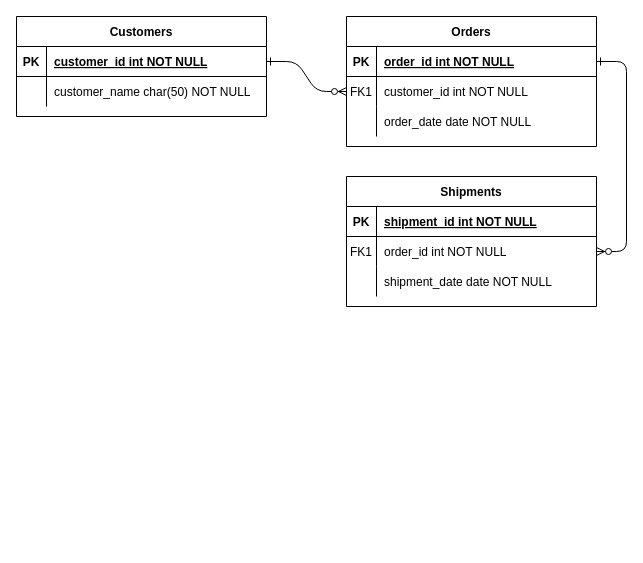
The draw.io diagram fap.fpt.edu.vn.drawio in QuanTran05/ERD, before the edit. Source tidied: cells renumbered, new cells numbered last; positions are measured from the earlier drawing's top-left corner, leaving out a move shared by most shapes. Both pictures are drawn from the tidied source at 100%, with x=0, y=0 at pixel (16, 16).
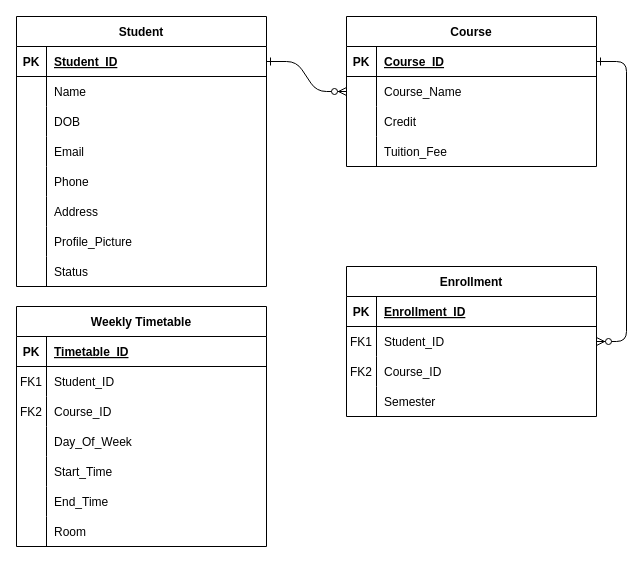
After the change.

Unchanged cells that the change refers to:
```xml
<mxCell id="5" style="shape=partialRectangle;fillColor=none;points=[[0,0.5],[1,0.5]];portConstraint=eastwest;top=0;left=0;right=0;bottom=1;" parent="4" vertex="1">
  <mxGeometry y="30" width="250" height="30" as="geometry" />
</mxCell>
<mxCell id="8" style="shape=partialRectangle;fillColor=none;points=[[0,0.5],[1,0.5]];portConstraint=eastwest;top=0;left=0;right=0;bottom=0;" parent="4" vertex="1">
  <mxGeometry y="60" width="250" height="30" as="geometry" />
</mxCell>
<mxCell id="11" style="shape=partialRectangle;fillColor=none;top=0;left=0;right=0;bottom=0;" parent="4" vertex="1">
  <mxGeometry y="90" width="250" height="30" as="geometry" />
</mxCell>
<mxCell id="15" style="shape=partialRectangle;fillColor=none;top=0;left=0;right=0;bottom=1;" parent="14" vertex="1">
  <mxGeometry y="30" width="250" height="30" as="geometry" />
</mxCell>
<mxCell id="18" style="shape=partialRectangle;fillColor=none;points=[[0,0.5],[1,0.5]];portConstraint=eastwest;top=0;left=0;right=0;bottom=0;" parent="14" vertex="1">
  <mxGeometry y="60" width="250" height="30" as="geometry" />
</mxCell>
<mxCell id="21" style="shape=partialRectangle;fillColor=none;top=0;left=0;right=0;bottom=0;" parent="14" vertex="1">
  <mxGeometry y="90" width="250" height="30" as="geometry" />
</mxCell>
<mxCell id="25" style="shape=partialRectangle;fillColor=none;points=[[0,0.5],[1,0.5]];portConstraint=eastwest;top=0;left=0;right=0;bottom=1;" parent="24" vertex="1">
  <mxGeometry y="30" width="250" height="30" as="geometry" />
</mxCell>
<mxCell id="28" style="shape=partialRectangle;fillColor=none;top=0;left=0;right=0;bottom=0;" parent="24" vertex="1">
  <mxGeometry y="60" width="250" height="30" as="geometry" />
</mxCell>
```

Change to the diagram source:
```diff
@@
-    <mxCell id="4" value="Orders" style="shape=table;startSize=30;childLayout=tableLayout;rowLines=0;fontStyle=1;align=center;" parent="1" vertex="1">
-      <mxGeometry x="330" width="250" height="130" as="geometry" />
+    <mxCell id="4" value="Course" style="shape=table;startSize=30;childLayout=tableLayout;rowLines=0;fontStyle=1;align=center;" parent="1" vertex="1">
+      <mxGeometry x="330" width="250" height="150" as="geometry" />
     </mxCell>
@@
-    <mxCell id="7" value="order_id int NOT NULL " style="shape=partialRectangle;overflow=hidden;fillColor=none;top=0;left=0;bottom=0;right=0;align=left;spacingLeft=6;fontStyle=5;" parent="5" vertex="1">
+    <mxCell id="7" value="Course_ID" style="shape=partialRectangle;overflow=hidden;fillColor=none;top=0;left=0;bottom=0;right=0;align=left;spacingLeft=6;fontStyle=5;" parent="5" vertex="1">
       <mxGeometry x="30" width="220" height="30" as="geometry" />
     </mxCell>
@@
-    <mxCell id="9" value="FK1" style="shape=partialRectangle;overflow=hidden;fillColor=none;top=0;left=0;bottom=0;right=0;" parent="8" vertex="1">
+    <mxCell id="9" style="shape=partialRectangle;overflow=hidden;fillColor=none;top=0;left=0;bottom=0;right=0;" parent="8" vertex="1">
       <mxGeometry width="30" height="30" as="geometry" />
     </mxCell>
-    <mxCell id="10" value="customer_id int NOT NULL" style="shape=partialRectangle;overflow=hidden;fillColor=none;top=0;left=0;bottom=0;right=0;align=left;spacingLeft=6;" parent="8" vertex="1">
+    <mxCell id="10" value="Course_Name" style="shape=partialRectangle;overflow=hidden;fillColor=none;top=0;left=0;bottom=0;right=0;align=left;spacingLeft=6;" parent="8" vertex="1">
       <mxGeometry x="30" width="220" height="30" as="geometry" />
     </mxCell>
@@
-    <mxCell id="13" value="order_date date NOT NULL" style="shape=partialRectangle;overflow=hidden;fillColor=none;top=0;left=0;bottom=0;right=0;align=left;spacingLeft=6;" parent="11" vertex="1">
+    <mxCell id="13" value="Credit" style="shape=partialRectangle;overflow=hidden;fillColor=none;top=0;left=0;bottom=0;right=0;align=left;spacingLeft=6;" parent="11" vertex="1">
       <mxGeometry x="30" width="220" height="30" as="geometry" />
     </mxCell>
+    <mxCell id="31" style="shape=partialRectangle;fillColor=none;top=0;left=0;right=0;bottom=0;" parent="4" vertex="1">
+      <mxGeometry y="120" width="250" height="30" as="geometry" />
+    </mxCell>
+    <mxCell id="32" style="shape=partialRectangle;overflow=hidden;fillColor=none;top=0;left=0;bottom=0;right=0;" parent="31" vertex="1">
+      <mxGeometry width="30" height="30" as="geometry" />
+    </mxCell>
+    <mxCell id="33" value="Tuition_Fee" style="shape=partialRectangle;overflow=hidden;fillColor=none;top=0;left=0;bottom=0;right=0;align=left;spacingLeft=6;" parent="31" vertex="1">
+      <mxGeometry x="30" width="220" height="30" as="geometry" />
+    </mxCell>
-    <mxCell id="14" value="Shipments" style="shape=table;startSize=30;childLayout=tableLayout;rowLines=0;fontStyle=1;align=center;" parent="1" vertex="1">
-      <mxGeometry x="330" y="160" width="250" height="130" as="geometry" />
+    <mxCell id="14" value="Enrollment" style="shape=table;startSize=30;childLayout=tableLayout;rowLines=0;fontStyle=1;align=center;" parent="1" vertex="1">
+      <mxGeometry x="330" y="250" width="250" height="150" as="geometry" />
     </mxCell>
@@
-    <mxCell id="17" value="shipment_id int NOT NULL " style="shape=partialRectangle;overflow=hidden;fillColor=none;top=0;left=0;bottom=0;right=0;align=left;spacingLeft=6;fontStyle=5;" parent="15" vertex="1">
+    <mxCell id="17" value="Enrollment_ID" style="shape=partialRectangle;overflow=hidden;fillColor=none;top=0;left=0;bottom=0;right=0;align=left;spacingLeft=6;fontStyle=5;" parent="15" vertex="1">
       <mxGeometry x="30" width="220" height="30" as="geometry" />
     </mxCell>
@@
-    <mxCell id="20" value="order_id int NOT NULL" style="shape=partialRectangle;overflow=hidden;fillColor=none;top=0;left=0;bottom=0;right=0;align=left;spacingLeft=6;" parent="18" vertex="1">
+    <mxCell id="20" value="Student_ID" style="shape=partialRectangle;overflow=hidden;fillColor=none;top=0;left=0;bottom=0;right=0;align=left;spacingLeft=6;" parent="18" vertex="1">
       <mxGeometry x="30" width="220" height="30" as="geometry" />
     </mxCell>
@@
-    <mxCell id="22" style="shape=partialRectangle;overflow=hidden;fillColor=none;top=0;left=0;bottom=0;right=0;" parent="21" vertex="1">
+    <mxCell id="22" value="FK2" style="shape=partialRectangle;overflow=hidden;fillColor=none;top=0;left=0;bottom=0;right=0;" parent="21" vertex="1">
       <mxGeometry width="30" height="30" as="geometry" />
     </mxCell>
-    <mxCell id="23" value="shipment_date date NOT NULL" style="shape=partialRectangle;overflow=hidden;fillColor=none;top=0;left=0;bottom=0;right=0;align=left;spacingLeft=6;" parent="21" vertex="1">
+    <mxCell id="23" value="Course_ID" style="shape=partialRectangle;overflow=hidden;fillColor=none;top=0;left=0;bottom=0;right=0;align=left;spacingLeft=6;" parent="21" vertex="1">
       <mxGeometry x="30" width="220" height="30" as="geometry" />
     </mxCell>
+    <mxCell id="34" style="shape=partialRectangle;fillColor=none;top=0;left=0;right=0;bottom=0;" parent="14" vertex="1">
+      <mxGeometry y="120" width="250" height="30" as="geometry" />
+    </mxCell>
+    <mxCell id="35" style="shape=partialRectangle;overflow=hidden;fillColor=none;top=0;left=0;bottom=0;right=0;" parent="34" vertex="1">
+      <mxGeometry width="30" height="30" as="geometry" />
+    </mxCell>
+    <mxCell id="36" value="Semester " style="shape=partialRectangle;overflow=hidden;fillColor=none;top=0;left=0;bottom=0;right=0;align=left;spacingLeft=6;" parent="34" vertex="1">
+      <mxGeometry x="30" width="220" height="30" as="geometry" />
+    </mxCell>
-    <mxCell id="24" value="Customers" style="shape=table;startSize=30;childLayout=tableLayout;rowLines=0;fontStyle=1;align=center;" parent="1" vertex="1">
-      <mxGeometry width="250" height="100" as="geometry" />
+    <mxCell id="24" value="Student" style="shape=table;startSize=30;childLayout=tableLayout;rowLines=0;fontStyle=1;align=center;" parent="1" vertex="1">
+      <mxGeometry width="250" height="270" as="geometry" />
     </mxCell>
@@
-    <mxCell id="27" value="customer_id int NOT NULL " style="shape=partialRectangle;overflow=hidden;fillColor=none;top=0;left=0;bottom=0;right=0;align=left;spacingLeft=6;fontStyle=5;" parent="25" vertex="1">
+    <mxCell id="27" value="Student_ID" style="shape=partialRectangle;overflow=hidden;fillColor=none;top=0;left=0;bottom=0;right=0;align=left;spacingLeft=6;fontStyle=5;" parent="25" vertex="1">
       <mxGeometry x="30" width="220" height="30" as="geometry" />
     </mxCell>
@@
-    <mxCell id="30" value="customer_name char(50) NOT NULL" style="shape=partialRectangle;overflow=hidden;fillColor=none;top=0;left=0;bottom=0;right=0;align=left;spacingLeft=6;" parent="28" vertex="1">
+    <mxCell id="30" value="Name" style="shape=partialRectangle;overflow=hidden;fillColor=none;top=0;left=0;bottom=0;right=0;align=left;spacingLeft=6;" parent="28" vertex="1">
       <mxGeometry x="30" width="220" height="30" as="geometry" />
     </mxCell>
+    <mxCell id="37" style="shape=partialRectangle;fillColor=none;top=0;left=0;right=0;bottom=0;" parent="24" vertex="1">
+      <mxGeometry y="90" width="250" height="30" as="geometry" />
+    </mxCell>
+    <mxCell id="38" style="shape=partialRectangle;overflow=hidden;fillColor=none;top=0;left=0;bottom=0;right=0;" parent="37" vertex="1">
+      <mxGeometry width="30" height="30" as="geometry" />
+    </mxCell>
+    <mxCell id="39" value="DOB" style="shape=partialRectangle;overflow=hidden;fillColor=none;top=0;left=0;bottom=0;right=0;align=left;spacingLeft=6;" parent="37" vertex="1">
+      <mxGeometry x="30" width="220" height="30" as="geometry" />
+    </mxCell>
+    <mxCell id="40" style="shape=partialRectangle;fillColor=none;top=0;left=0;right=0;bottom=0;" parent="24" vertex="1">
+      <mxGeometry y="120" width="250" height="30" as="geometry" />
+    </mxCell>
+    <mxCell id="41" style="shape=partialRectangle;overflow=hidden;fillColor=none;top=0;left=0;bottom=0;right=0;" parent="40" vertex="1">
+      <mxGeometry width="30" height="30" as="geometry" />
+    </mxCell>
+    <mxCell id="42" value="Email" style="shape=partialRectangle;overflow=hidden;fillColor=none;top=0;left=0;bottom=0;right=0;align=left;spacingLeft=6;" parent="40" vertex="1">
+      <mxGeometry x="30" width="220" height="30" as="geometry" />
+    </mxCell>
+    <mxCell id="43" style="shape=partialRectangle;fillColor=none;top=0;left=0;right=0;bottom=0;" parent="24" vertex="1">
+      <mxGeometry y="150" width="250" height="30" as="geometry" />
+    </mxCell>
+    <mxCell id="44" style="shape=partialRectangle;overflow=hidden;fillColor=none;top=0;left=0;bottom=0;right=0;" parent="43" vertex="1">
+      <mxGeometry width="30" height="30" as="geometry" />
+    </mxCell>
+    <mxCell id="45" value="Phone" style="shape=partialRectangle;overflow=hidden;fillColor=none;top=0;left=0;bottom=0;right=0;align=left;spacingLeft=6;" parent="43" vertex="1">
+      <mxGeometry x="30" width="220" height="30" as="geometry" />
+    </mxCell>
+    <mxCell id="46" style="shape=partialRectangle;fillColor=none;top=0;left=0;right=0;bottom=0;" parent="24" vertex="1">
+      <mxGeometry y="180" width="250" height="30" as="geometry" />
+    </mxCell>
+    <mxCell id="47" style="shape=partialRectangle;overflow=hidden;fillColor=none;top=0;left=0;bottom=0;right=0;" parent="46" vertex="1">
+      <mxGeometry width="30" height="30" as="geometry" />
+    </mxCell>
+    <mxCell id="48" value="Address" style="shape=partialRectangle;overflow=hidden;fillColor=none;top=0;left=0;bottom=0;right=0;align=left;spacingLeft=6;" parent="46" vertex="1">
+      <mxGeometry x="30" width="220" height="30" as="geometry" />
+    </mxCell>
+    <mxCell id="49" style="shape=partialRectangle;fillColor=none;top=0;left=0;right=0;bottom=0;" parent="24" vertex="1">
+      <mxGeometry y="210" width="250" height="30" as="geometry" />
+    </mxCell>
+    <mxCell id="50" style="shape=partialRectangle;overflow=hidden;fillColor=none;top=0;left=0;bottom=0;right=0;" parent="49" vertex="1">
+      <mxGeometry width="30" height="30" as="geometry" />
+    </mxCell>
+    <mxCell id="51" value="Profile_Picture" style="shape=partialRectangle;overflow=hidden;fillColor=none;top=0;left=0;bottom=0;right=0;align=left;spacingLeft=6;" parent="49" vertex="1">
+      <mxGeometry x="30" width="220" height="30" as="geometry" />
+    </mxCell>
+    <mxCell id="52" style="shape=partialRectangle;fillColor=none;top=0;left=0;right=0;bottom=0;" parent="24" vertex="1">
+      <mxGeometry y="240" width="250" height="30" as="geometry" />
+    </mxCell>
+    <mxCell id="53" style="shape=partialRectangle;overflow=hidden;fillColor=none;top=0;left=0;bottom=0;right=0;" parent="52" vertex="1">
+      <mxGeometry width="30" height="30" as="geometry" />
+    </mxCell>
+    <mxCell id="54" value="Status" style="shape=partialRectangle;overflow=hidden;fillColor=none;top=0;left=0;bottom=0;right=0;align=left;spacingLeft=6;" parent="52" vertex="1">
+      <mxGeometry x="30" width="220" height="30" as="geometry" />
+    </mxCell>
+    <mxCell id="55" value="Weekly Timetable" style="shape=table;startSize=30;childLayout=tableLayout;rowLines=0;fontStyle=1;align=center;" parent="1" vertex="1">
+      <mxGeometry y="290" width="250" height="240" as="geometry" />
+    </mxCell>
+    <mxCell id="56" style="shape=partialRectangle;fillColor=none;top=0;left=0;right=0;bottom=1;" parent="55" vertex="1">
+      <mxGeometry y="30" width="250" height="30" as="geometry" />
+    </mxCell>
+    <mxCell id="57" value="PK" style="shape=partialRectangle;overflow=hidden;fillColor=none;top=0;left=0;bottom=0;right=0;fontStyle=1;" parent="56" vertex="1">
+      <mxGeometry width="30" height="30" as="geometry" />
+    </mxCell>
+    <mxCell id="58" value="Timetable_ID" style="shape=partialRectangle;overflow=hidden;fillColor=none;top=0;left=0;bottom=0;right=0;align=left;spacingLeft=6;fontStyle=5;" parent="56" vertex="1">
+      <mxGeometry x="30" width="220" height="30" as="geometry" />
+    </mxCell>
+    <mxCell id="59" style="shape=partialRectangle;fillColor=none;top=0;left=0;right=0;bottom=0;" parent="55" vertex="1">
+      <mxGeometry y="60" width="250" height="30" as="geometry" />
+    </mxCell>
+    <mxCell id="60" value="FK1" style="shape=partialRectangle;overflow=hidden;fillColor=none;top=0;left=0;bottom=0;right=0;" parent="59" vertex="1">
+      <mxGeometry width="30" height="30" as="geometry" />
+    </mxCell>
+    <mxCell id="61" value="Student_ID" style="shape=partialRectangle;overflow=hidden;fillColor=none;top=0;left=0;bottom=0;right=0;align=left;spacingLeft=6;" parent="59" vertex="1">
+      <mxGeometry x="30" width="220" height="30" as="geometry" />
+    </mxCell>
+    <mxCell id="62" style="shape=partialRectangle;fillColor=none;top=0;left=0;right=0;bottom=0;" parent="55" vertex="1">
+      <mxGeometry y="90" width="250" height="30" as="geometry" />
+    </mxCell>
+    <mxCell id="63" value="FK2" style="shape=partialRectangle;overflow=hidden;fillColor=none;top=0;left=0;bottom=0;right=0;" parent="62" vertex="1">
+      <mxGeometry width="30" height="30" as="geometry" />
+    </mxCell>
+    <mxCell id="64" value="Course_ID" style="shape=partialRectangle;overflow=hidden;fillColor=none;top=0;left=0;bottom=0;right=0;align=left;spacingLeft=6;" parent="62" vertex="1">
+      <mxGeometry x="30" width="220" height="30" as="geometry" />
+    </mxCell>
+    <mxCell id="65" style="shape=partialRectangle;fillColor=none;top=0;left=0;right=0;bottom=0;" parent="55" vertex="1">
+      <mxGeometry y="120" width="250" height="30" as="geometry" />
+    </mxCell>
+    <mxCell id="66" style="shape=partialRectangle;overflow=hidden;fillColor=none;top=0;left=0;bottom=0;right=0;" parent="65" vertex="1">
+      <mxGeometry width="30" height="30" as="geometry" />
+    </mxCell>
+    <mxCell id="67" value="Day_Of_Week" style="shape=partialRectangle;overflow=hidden;fillColor=none;top=0;left=0;bottom=0;right=0;align=left;spacingLeft=6;" parent="65" vertex="1">
+      <mxGeometry x="30" width="220" height="30" as="geometry" />
+    </mxCell>
+    <mxCell id="68" style="shape=partialRectangle;fillColor=none;top=0;left=0;right=0;bottom=0;" parent="55" vertex="1">
+      <mxGeometry y="150" width="250" height="30" as="geometry" />
+    </mxCell>
+    <mxCell id="69" style="shape=partialRectangle;overflow=hidden;fillColor=none;top=0;left=0;bottom=0;right=0;" parent="68" vertex="1">
+      <mxGeometry width="30" height="30" as="geometry" />
+    </mxCell>
+    <mxCell id="70" value="Start_Time" style="shape=partialRectangle;overflow=hidden;fillColor=none;top=0;left=0;bottom=0;right=0;align=left;spacingLeft=6;" parent="68" vertex="1">
+      <mxGeometry x="30" width="220" height="30" as="geometry" />
+    </mxCell>
+    <mxCell id="71" style="shape=partialRectangle;fillColor=none;top=0;left=0;right=0;bottom=0;" parent="55" vertex="1">
+      <mxGeometry y="180" width="250" height="30" as="geometry" />
+    </mxCell>
+    <mxCell id="72" style="shape=partialRectangle;overflow=hidden;fillColor=none;top=0;left=0;bottom=0;right=0;" parent="71" vertex="1">
+      <mxGeometry width="30" height="30" as="geometry" />
+    </mxCell>
+    <mxCell id="73" value="End_Time" style="shape=partialRectangle;overflow=hidden;fillColor=none;top=0;left=0;bottom=0;right=0;align=left;spacingLeft=6;" parent="71" vertex="1">
+      <mxGeometry x="30" width="220" height="30" as="geometry" />
+    </mxCell>
+    <mxCell id="74" style="shape=partialRectangle;fillColor=none;top=0;left=0;right=0;bottom=0;" parent="55" vertex="1">
+      <mxGeometry y="210" width="250" height="30" as="geometry" />
+    </mxCell>
+    <mxCell id="75" style="shape=partialRectangle;overflow=hidden;fillColor=none;top=0;left=0;bottom=0;right=0;" parent="74" vertex="1">
+      <mxGeometry width="30" height="30" as="geometry" />
+    </mxCell>
+    <mxCell id="76" value="Room" style="shape=partialRectangle;overflow=hidden;fillColor=none;top=0;left=0;bottom=0;right=0;align=left;spacingLeft=6;" parent="74" vertex="1">
+      <mxGeometry x="30" width="220" height="30" as="geometry" />
+    </mxCell>
```
